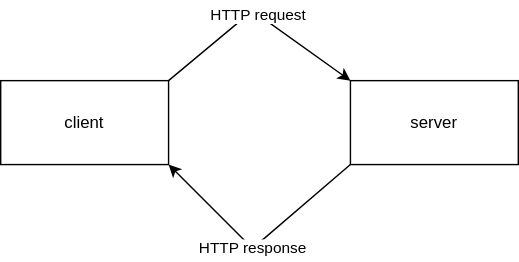
mfl4/mfl4-http-pzn keeps this draw.io diagram as dcs.drawio.svg. Above is the earlier version. Source tidied: cells renumbered, new cells last; positions are measured from the earlier drawing's top-left corner, leaving out a move shared by most shapes.
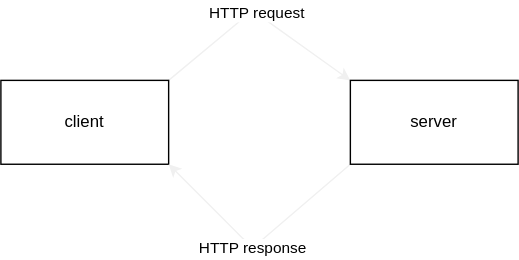
Later version of the same file.

Commit message:
HTTP Flow (Fixed)

Diff of the diagram source:
```diff
@@ -2,7 +2,7 @@
   <root>
     <mxCell id="0" />
     <mxCell id="1" parent="0" />
-    <mxCell id="2" value="HTTP request" style="edgeStyle=none;html=1;exitX=1;exitY=0;exitDx=0;exitDy=0;entryX=0;entryY=0;entryDx=0;entryDy=0;" parent="1" edge="1" source="3" target="5">
+    <mxCell id="2" value="HTTP request" style="edgeStyle=none;html=1;exitX=1;exitY=0;exitDx=0;exitDy=0;entryX=0;entryY=0;entryDx=0;entryDy=0;strokeColor=#F0F0F0;" parent="1" edge="1" source="3" target="5">
       <mxGeometry relative="1" as="geometry">
         <Array as="points">
           <mxPoint x="180" />
@@ -12,7 +12,7 @@
     <mxCell id="3" value="client" style="rounded=0;whiteSpace=wrap;html=1;" parent="1" vertex="1">
       <mxGeometry y="50" width="120" height="60" as="geometry" />
     </mxCell>
-    <mxCell id="4" value="HTTP response" style="edgeStyle=none;html=1;exitX=0;exitY=1;exitDx=0;exitDy=0;entryX=1;entryY=1;entryDx=0;entryDy=0;" parent="1" edge="1" source="5" target="3">
+    <mxCell id="4" value="HTTP response" style="edgeStyle=none;html=1;exitX=0;exitY=1;exitDx=0;exitDy=0;entryX=1;entryY=1;entryDx=0;entryDy=0;strokeColor=#F0F0F0;" parent="1" edge="1" source="5" target="3">
       <mxGeometry x="0.04" relative="1" as="geometry">
         <Array as="points">
           <mxPoint x="180" y="170" />
```
